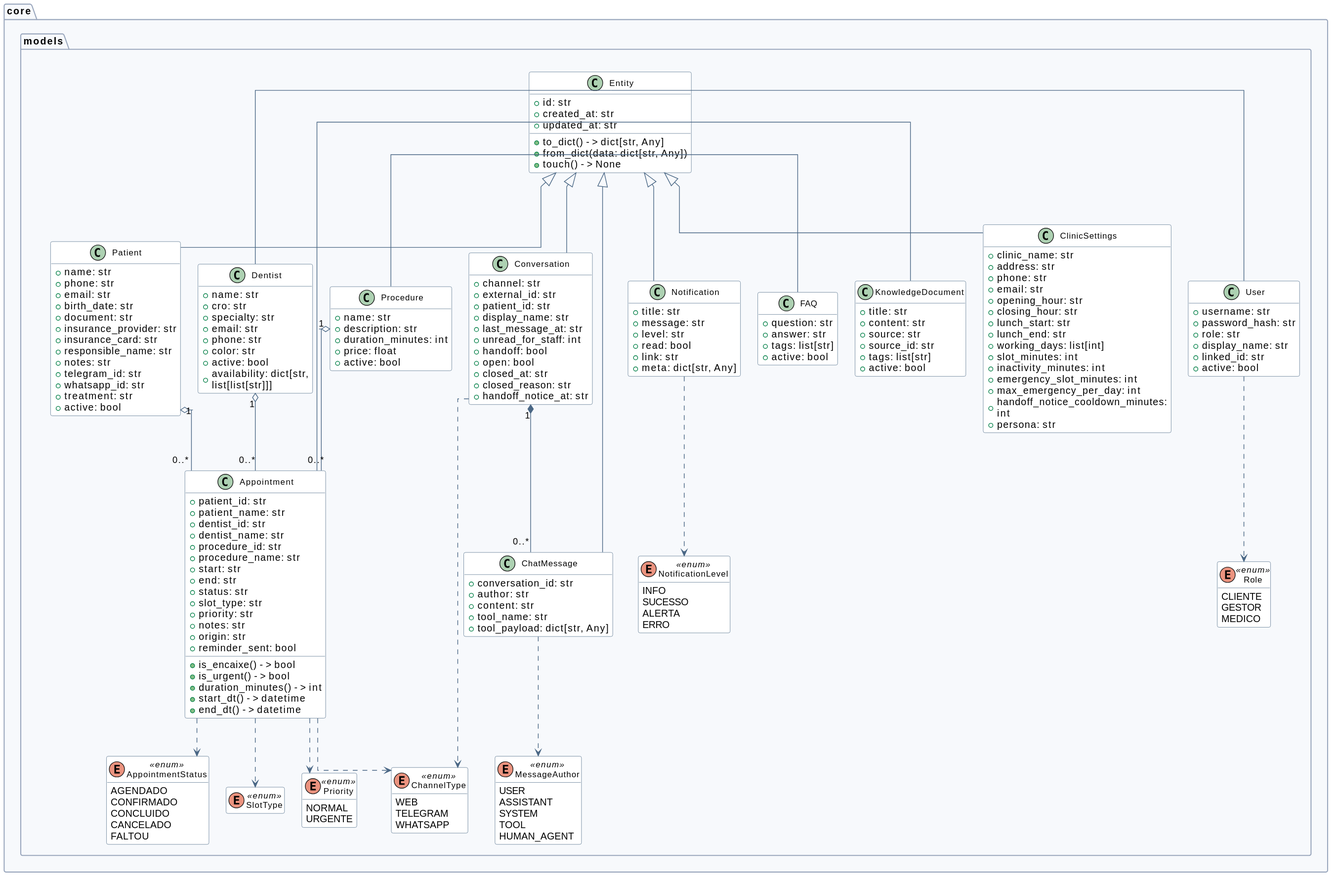
This is docs/uml/svg/domain_models.svg from mguinhos/sorrident, a PlantUML export, as it was before one commit.
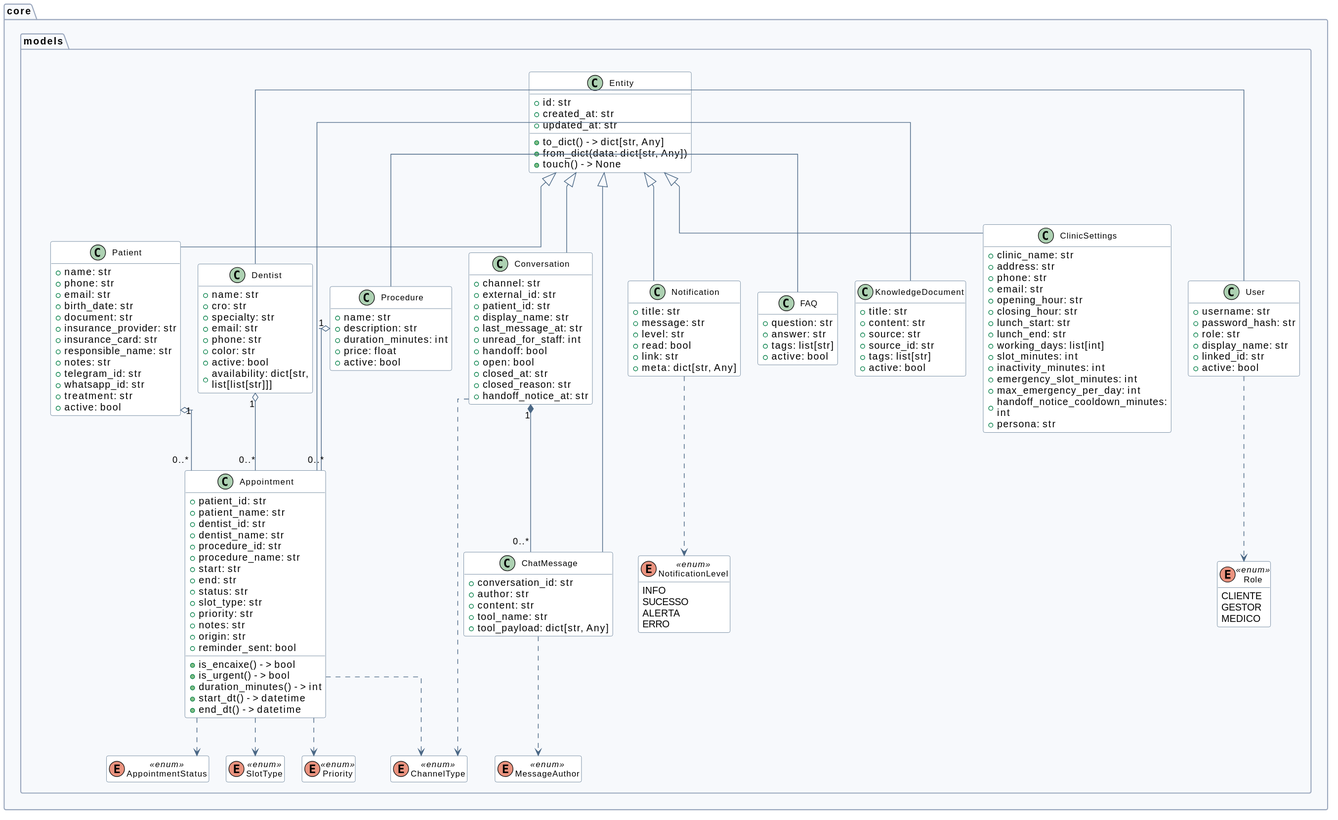
The same diagram one commit later.

Change to the diagram source:
```diff
@@ -9,29 +9,10 @@
       MEDICO
     }
     enum SlotType <<enum>>
-    enum Priority <<enum>> {
-      NORMAL
-      URGENTE
-    }
-    enum AppointmentStatus <<enum>> {
-      AGENDADO
-      CONFIRMADO
-      CONCLUIDO
-      CANCELADO
-      FALTOU
-    }
-    enum ChannelType <<enum>> {
-      WEB
-      TELEGRAM
-      WHATSAPP
-    }
-    enum MessageAuthor <<enum>> {
-      USER
-      ASSISTANT
-      SYSTEM
-      TOOL
-      HUMAN_AGENT
-    }
+    enum Priority <<enum>>
+    enum AppointmentStatus <<enum>>
+    enum ChannelType <<enum>>
+    enum MessageAuthor <<enum>>
     enum NotificationLevel <<enum>> {
       INFO
       SUCESSO
```
